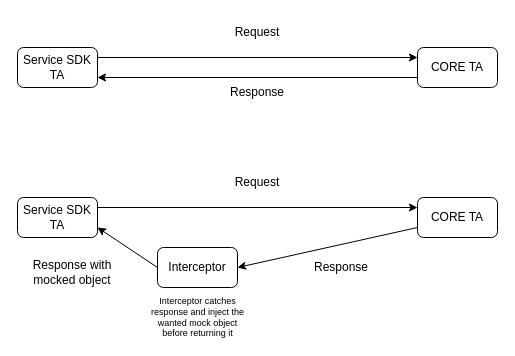
cjour/audit_logistics keeps this draw.io diagram as WLMock.drawio. Above is the earlier version. Source tidied: cells renumbered, new cells numbered last; positions are measured from the earlier drawing's top-left corner, leaving out a move shared by most shapes. Both pictures are drawn from the tidied source at 100%, with x=0, y=0 at pixel (17, 17).
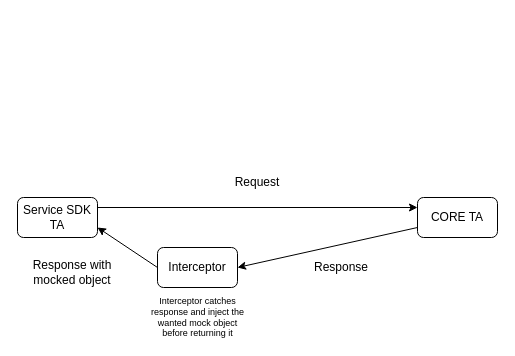
Above is the later version.

Commit message:
Mettre à jour WLMock.drawio

What changed in the source:
```diff
@@
 <mxGraphModel>
   <root>
     <mxCell id="0" />
     <mxCell id="1" parent="0" />
-    <mxCell id="2" value="Service SDK TA" style="rounded=1;whiteSpace=wrap;html=1;" parent="1" vertex="1">
-      <mxGeometry y="30" width="80" height="40" as="geometry" />
-    </mxCell>
-    <mxCell id="3" value="CORE TA" style="rounded=1;whiteSpace=wrap;html=1;" parent="1" vertex="1">
-      <mxGeometry x="400" y="30" width="80" height="40" as="geometry" />
-    </mxCell>
-    <mxCell id="4" style="endArrow=classic;html=1;rounded=0;entryX=0;entryY=0.25;entryDx=0;entryDy=0;exitX=1;exitY=0.25;exitDx=0;exitDy=0;" parent="1" edge="1" source="2" target="3">
-      <mxGeometry relative="1" as="geometry" />
-    </mxCell>
-    <mxCell id="5" style="endArrow=classic;html=1;rounded=0;entryX=1;entryY=0.75;entryDx=0;entryDy=0;exitX=0;exitY=0.75;exitDx=0;exitDy=0;" parent="1" edge="1" source="3" target="2">
-      <mxGeometry relative="1" as="geometry" />
-    </mxCell>
-    <mxCell id="6" value="Request" style="text;html=1;strokeColor=none;fillColor=none;align=center;verticalAlign=middle;whiteSpace=wrap;rounded=0;" parent="1" vertex="1">
-      <mxGeometry x="210" width="60" height="30" as="geometry" />
-    </mxCell>
-    <mxCell id="7" value="Response" style="text;html=1;strokeColor=none;fillColor=none;align=center;verticalAlign=middle;whiteSpace=wrap;rounded=0;" parent="1" vertex="1">
-      <mxGeometry x="210" y="60" width="60" height="30" as="geometry" />
-    </mxCell>
     <mxCell id="8" value="Service SDK TA" style="rounded=1;whiteSpace=wrap;html=1;" parent="1" vertex="1">
       <mxGeometry y="180" width="80" height="40" as="geometry" />
     </mxCell>
     <mxCell id="9" value="CORE TA" style="rounded=1;whiteSpace=wrap;html=1;" parent="1" vertex="1">
       <mxGeometry x="400" y="180" width="80" height="40" as="geometry" />
     </mxCell>
     <mxCell id="10" style="endArrow=classic;html=1;rounded=0;entryX=0;entryY=0.25;entryDx=0;entryDy=0;exitX=1;exitY=0.25;exitDx=0;exitDy=0;" parent="1" edge="1" source="8" target="9">
       <mxGeometry relative="1" as="geometry" />
     </mxCell>
     <mxCell id="11" style="endArrow=classic;html=1;rounded=0;entryX=1;entryY=0.5;entryDx=0;entryDy=0;exitX=0;exitY=0.75;exitDx=0;exitDy=0;" parent="1" edge="1" source="9" target="14">
       <mxGeometry relative="1" as="geometry" />
     </mxCell>
     <mxCell id="12" value="Request" style="text;html=1;strokeColor=none;fillColor=none;align=center;verticalAlign=middle;whiteSpace=wrap;rounded=0;" parent="1" vertex="1">
       <mxGeometry x="210" y="150" width="60" height="30" as="geometry" />
     </mxCell>
     <mxCell id="13" value="Response" style="text;html=1;strokeColor=none;fillColor=none;align=center;verticalAlign=middle;whiteSpace=wrap;rounded=0;" parent="1" vertex="1">
       <mxGeometry x="294" y="235" width="60" height="30" as="geometry" />
     </mxCell>
     <mxCell id="14" value="Interceptor" style="rounded=1;whiteSpace=wrap;html=1;" parent="1" vertex="1">
       <mxGeometry x="140" y="230" width="80" height="40" as="geometry" />
     </mxCell>
     <mxCell id="15" value="&lt;font style=&quot;font-size: 9px;&quot;&gt;Interceptor catches response and inject the wanted mock object before returning it&lt;/font&gt;" style="text;html=1;strokeColor=none;fillColor=none;align=center;verticalAlign=middle;whiteSpace=wrap;rounded=0;fontSize=4;strokeWidth=5;" parent="1" vertex="1">
       <mxGeometry x="127.5" y="280" width="105" height="40" as="geometry" />
     </mxCell>
     <mxCell id="16" style="endArrow=classic;html=1;rounded=0;entryX=1;entryY=0.75;entryDx=0;entryDy=0;exitX=0;exitY=0.5;exitDx=0;exitDy=0;" parent="1" edge="1" source="14" target="8">
       <mxGeometry relative="1" as="geometry" />
     </mxCell>
     <mxCell id="17" value="Response with mocked object" style="text;html=1;strokeColor=none;fillColor=none;align=center;verticalAlign=middle;whiteSpace=wrap;rounded=0;" parent="1" vertex="1">
       <mxGeometry y="240" width="110" height="30" as="geometry" />
     </mxCell>
   </root>
 </mxGraphModel>
```
